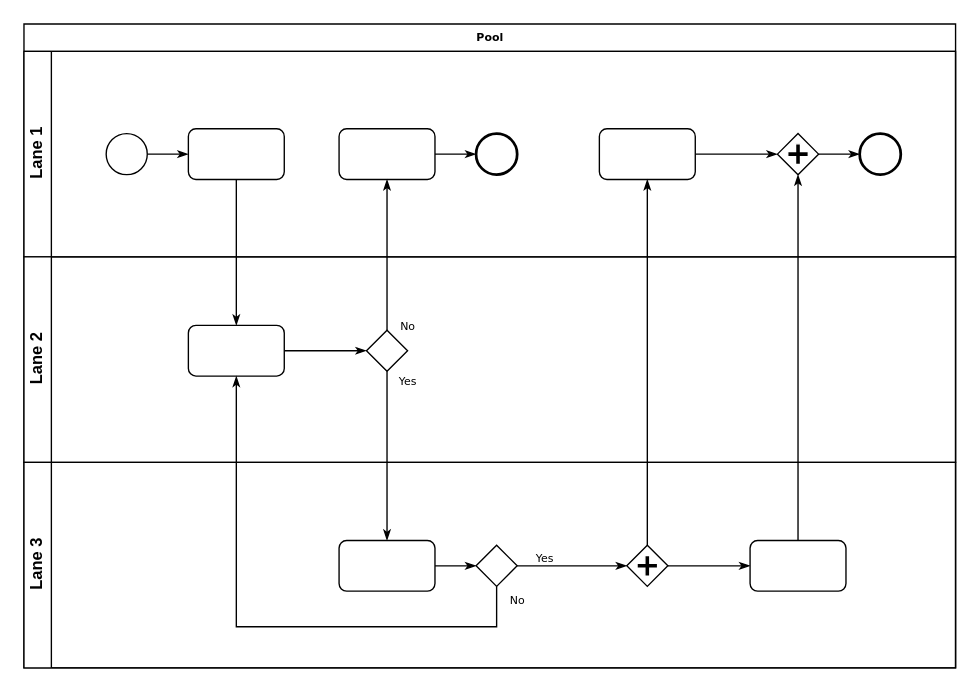
Before: Untitled Diagram.drawio in ehsaninuc/markdown, a draw.io diagram. Source tidied: cells renumbered, new cells numbered last; positions are measured from the earlier drawing's top-left corner, leaving out a move shared by most shapes. Both pictures are drawn from the tidied source at 137%, with x=0, y=0 at pixel (23, 23).
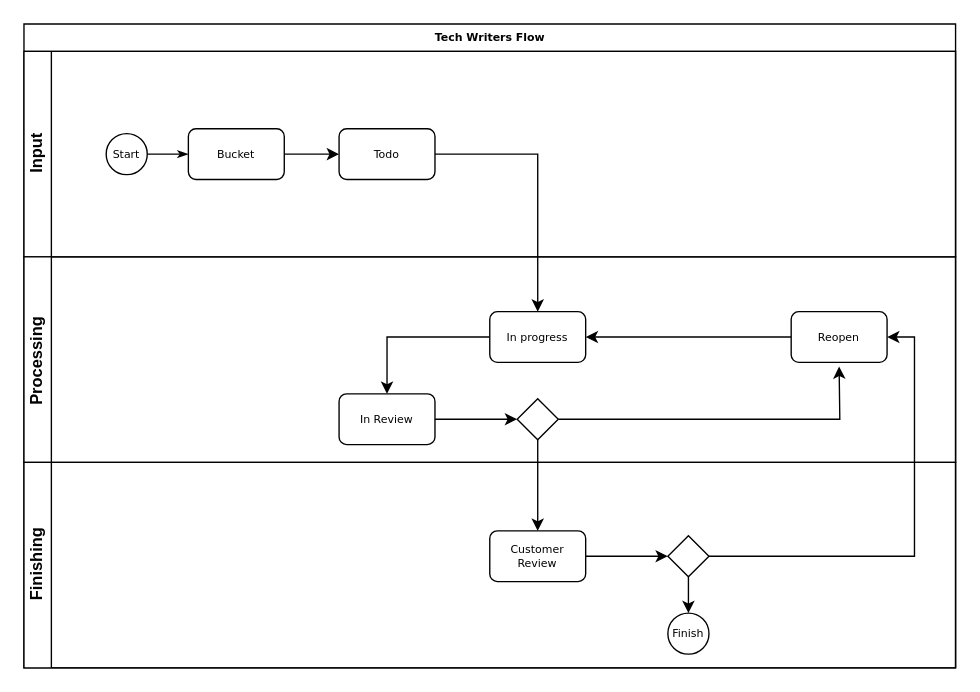
The same page after the edit.

Change to the diagram source:
```diff
@@
-    <mxCell id="2" value="Pool" style="swimlane;html=1;horizontal=1;startSize=20;rounded=0;shadow=0;labelBackgroundColor=none;strokeWidth=1;fontFamily=Verdana;fontSize=8;align=center;" parent="1" vertex="1">
+    <mxCell id="2" value="Tech Writers Flow" style="swimlane;html=1;horizontal=1;startSize=20;rounded=0;shadow=0;labelBackgroundColor=none;strokeWidth=1;fontFamily=Verdana;fontSize=8;align=center;" parent="1" vertex="1">
       <mxGeometry width="680" height="470" as="geometry" />
     </mxCell>
-    <mxCell id="3" value="Lane 1" style="swimlane;html=1;startSize=20;horizontal=0;" parent="2" vertex="1">
+    <mxCell id="3" value="Input" style="swimlane;html=1;startSize=20;horizontal=0;" parent="2" vertex="1">
       <mxGeometry y="20" width="680" height="150" as="geometry" />
     </mxCell>
@@
-    <mxCell id="5" style="ellipse;whiteSpace=wrap;html=1;rounded=0;shadow=0;labelBackgroundColor=none;strokeWidth=1;fontFamily=Verdana;fontSize=8;align=center;" parent="3" vertex="1">
+    <mxCell id="5" value="Start" style="ellipse;whiteSpace=wrap;html=1;rounded=0;shadow=0;labelBackgroundColor=none;strokeWidth=1;fontFamily=Verdana;fontSize=8;align=center;" parent="3" vertex="1">
       <mxGeometry x="60" y="60" width="30" height="30" as="geometry" />
     </mxCell>
+    <mxCell id="33" style="edgeStyle=orthogonalEdgeStyle;rounded=0;jettySize=auto;html=1;" parent="3" edge="1" source="6" target="8">
+      <mxGeometry relative="1" as="geometry" />
+    </mxCell>
-    <mxCell id="6" style="rounded=1;whiteSpace=wrap;html=1;shadow=0;labelBackgroundColor=none;strokeWidth=1;fontFamily=Verdana;fontSize=8;align=center;" parent="3" vertex="1">
+    <mxCell id="6" value="Bucket" style="rounded=1;whiteSpace=wrap;html=1;shadow=0;labelBackgroundColor=none;strokeWidth=1;fontFamily=Verdana;fontSize=8;align=center;" parent="3" vertex="1">
       <mxGeometry x="120" y="56.5" width="70" height="37" as="geometry" />
     </mxCell>
-    <mxCell id="7" style="edgeStyle=orthogonalEdgeStyle;rounded=0;html=1;labelBackgroundColor=none;startArrow=none;startFill=0;startSize=5;endArrow=classicThin;endFill=1;endSize=5;jettySize=auto;strokeWidth=1;fontFamily=Verdana;fontSize=8;" parent="3" edge="1" source="8" target="9">
-      <mxGeometry relative="1" as="geometry" />
-    </mxCell>
-    <mxCell id="8" style="rounded=1;whiteSpace=wrap;html=1;shadow=0;labelBackgroundColor=none;strokeWidth=1;fontFamily=Verdana;fontSize=8;align=center;" parent="3" vertex="1">
+    <mxCell id="8" value="Todo" style="rounded=1;whiteSpace=wrap;html=1;shadow=0;labelBackgroundColor=none;strokeWidth=1;fontFamily=Verdana;fontSize=8;align=center;" parent="3" vertex="1">
       <mxGeometry x="230" y="56.5" width="70" height="37" as="geometry" />
     </mxCell>
-    <mxCell id="9" style="ellipse;whiteSpace=wrap;html=1;rounded=0;shadow=0;labelBackgroundColor=none;strokeWidth=2;fontFamily=Verdana;fontSize=8;align=center;" parent="3" vertex="1">
-      <mxGeometry x="330" y="60" width="30" height="30" as="geometry" />
-    </mxCell>
-    <mxCell id="10" style="edgeStyle=orthogonalEdgeStyle;rounded=0;html=1;entryX=0;entryY=0.5;labelBackgroundColor=none;startArrow=none;startFill=0;startSize=5;endArrow=classicThin;endFill=1;endSize=5;jettySize=auto;strokeWidth=1;fontFamily=Verdana;fontSize=8;" parent="3" edge="1" source="11" target="13">
-      <mxGeometry relative="1" as="geometry" />
-    </mxCell>
-    <mxCell id="11" style="rounded=1;whiteSpace=wrap;html=1;shadow=0;labelBackgroundColor=none;strokeWidth=1;fontFamily=Verdana;fontSize=8;align=center;" parent="3" vertex="1">
-      <mxGeometry x="420" y="56.5" width="70" height="37" as="geometry" />
-    </mxCell>
-    <mxCell id="12" style="edgeStyle=orthogonalEdgeStyle;rounded=0;html=1;labelBackgroundColor=none;startArrow=none;startFill=0;startSize=5;endArrow=classicThin;endFill=1;endSize=5;jettySize=auto;strokeWidth=1;fontFamily=Verdana;fontSize=8;" parent="3" edge="1" source="13" target="14">
-      <mxGeometry relative="1" as="geometry" />
-    </mxCell>
-    <mxCell id="13" style="shape=mxgraph.bpmn.shape;html=1;verticalLabelPosition=bottom;labelBackgroundColor=#ffffff;verticalAlign=top;perimeter=rhombusPerimeter;background=gateway;outline=none;symbol=parallelGw;rounded=1;shadow=0;strokeWidth=1;fontFamily=Verdana;fontSize=8;align=center;" parent="3" vertex="1">
-      <mxGeometry x="550" y="60" width="30" height="30" as="geometry" />
-    </mxCell>
-    <mxCell id="14" style="ellipse;whiteSpace=wrap;html=1;rounded=0;shadow=0;labelBackgroundColor=none;strokeWidth=2;fontFamily=Verdana;fontSize=8;align=center;" parent="3" vertex="1">
-      <mxGeometry x="610" y="60" width="30" height="30" as="geometry" />
-    </mxCell>
-    <mxCell id="15" value="Lane 2" style="swimlane;html=1;startSize=20;horizontal=0;" parent="2" vertex="1">
+    <mxCell id="15" value="Processing&amp;nbsp;" style="swimlane;html=1;startSize=20;horizontal=0;" parent="2" vertex="1">
       <mxGeometry y="170" width="680" height="150" as="geometry" />
     </mxCell>
-    <mxCell id="16" style="edgeStyle=orthogonalEdgeStyle;rounded=0;html=1;labelBackgroundColor=none;startArrow=none;startFill=0;startSize=5;endArrow=classicThin;endFill=1;endSize=5;jettySize=auto;strokeWidth=1;fontFamily=Verdana;fontSize=8;" parent="15" edge="1" source="17" target="18">
-      <mxGeometry relative="1" as="geometry" />
-    </mxCell>
+    <mxCell id="34" style="edgeStyle=orthogonalEdgeStyle;rounded=0;jettySize=auto;html=1;exitX=0;exitY=0.5;exitDx=0;exitDy=0;" parent="15" edge="1" source="17" target="36">
+      <mxGeometry relative="1" as="geometry">
+        <Array as="points">
+          <mxPoint x="265" y="59" />
+        </Array>
+      </mxGeometry>
+    </mxCell>
-    <mxCell id="17" style="rounded=1;whiteSpace=wrap;html=1;shadow=0;labelBackgroundColor=none;strokeWidth=1;fontFamily=Verdana;fontSize=8;align=center;" parent="15" vertex="1">
-      <mxGeometry x="120" y="50" width="70" height="37" as="geometry" />
+    <mxCell id="17" value="In progress" style="rounded=1;whiteSpace=wrap;html=1;shadow=0;labelBackgroundColor=none;strokeWidth=1;fontFamily=Verdana;fontSize=8;align=center;" parent="15" vertex="1">
+      <mxGeometry x="340" y="40" width="70" height="37" as="geometry" />
     </mxCell>
-    <mxCell id="18" style="strokeWidth=1;html=1;shape=mxgraph.flowchart.decision;whiteSpace=wrap;rounded=1;shadow=0;labelBackgroundColor=none;fontFamily=Verdana;fontSize=8;align=center;" parent="15" vertex="1">
-      <mxGeometry x="250" y="53.5" width="30" height="30" as="geometry" />
-    </mxCell>
+    <mxCell id="35" style="edgeStyle=orthogonalEdgeStyle;rounded=0;jettySize=auto;html=1;strokeWidth=1;" parent="15" edge="1" source="36" target="38">
+      <mxGeometry relative="1" as="geometry" />
+    </mxCell>
+    <mxCell id="36" value="In Review" style="rounded=1;whiteSpace=wrap;html=1;shadow=0;labelBackgroundColor=none;strokeWidth=1;fontFamily=Verdana;fontSize=8;align=center;" parent="15" vertex="1">
+      <mxGeometry x="230" y="100" width="70" height="37" as="geometry" />
+    </mxCell>
+    <mxCell id="37" style="edgeStyle=orthogonalEdgeStyle;rounded=0;jettySize=auto;html=1;exitX=1;exitY=0.5;exitDx=0;exitDy=0;exitPerimeter=0;strokeWidth=1;" parent="15" edge="1" source="38">
+      <mxGeometry relative="1" as="geometry">
+        <mxPoint x="595" y="80" as="targetPoint" />
+      </mxGeometry>
+    </mxCell>
+    <mxCell id="38" style="strokeWidth=1;html=1;shape=mxgraph.flowchart.decision;whiteSpace=wrap;rounded=1;shadow=0;labelBackgroundColor=none;fontFamily=Verdana;fontSize=8;align=center;" parent="15" vertex="1">
+      <mxGeometry x="360" y="103.5" width="30" height="30" as="geometry" />
+    </mxCell>
+    <mxCell id="39" style="edgeStyle=orthogonalEdgeStyle;rounded=0;jettySize=auto;html=1;entryX=1;entryY=0.5;entryDx=0;entryDy=0;exitX=0;exitY=0.5;exitDx=0;exitDy=0;" parent="15" edge="1" source="40" target="17">
+      <mxGeometry relative="1" as="geometry">
+        <Array as="points">
+          <mxPoint x="595" y="59" />
+          <mxPoint x="375" y="59" />
+        </Array>
+      </mxGeometry>
+    </mxCell>
+    <mxCell id="40" value="Reopen" style="rounded=1;whiteSpace=wrap;html=1;shadow=0;labelBackgroundColor=none;strokeWidth=1;fontFamily=Verdana;fontSize=8;align=center;" parent="15" vertex="1">
+      <mxGeometry x="560" y="40" width="70" height="37" as="geometry" />
+    </mxCell>
-    <mxCell id="19" value="Lane 3" style="swimlane;html=1;startSize=20;horizontal=0;" parent="2" vertex="1">
+    <mxCell id="19" value="Finishing" style="swimlane;html=1;startSize=20;horizontal=0;" parent="2" vertex="1">
       <mxGeometry y="320" width="680" height="150" as="geometry" />
     </mxCell>
-    <mxCell id="20" style="edgeStyle=orthogonalEdgeStyle;rounded=0;html=1;labelBackgroundColor=none;startArrow=none;startFill=0;startSize=5;endArrow=classicThin;endFill=1;endSize=5;jettySize=auto;strokeWidth=1;fontFamily=Verdana;fontSize=8;" parent="19" edge="1" source="21" target="23">
-      <mxGeometry relative="1" as="geometry" />
-    </mxCell>
+    <mxCell id="41" style="edgeStyle=orthogonalEdgeStyle;rounded=0;jettySize=auto;html=1;strokeWidth=1;" parent="19" edge="1" source="21" target="43">
+      <mxGeometry relative="1" as="geometry" />
+    </mxCell>
-    <mxCell id="21" style="rounded=1;whiteSpace=wrap;html=1;shadow=0;labelBackgroundColor=none;strokeWidth=1;fontFamily=Verdana;fontSize=8;align=center;" parent="19" vertex="1">
-      <mxGeometry x="230" y="57" width="70" height="37" as="geometry" />
+    <mxCell id="21" value="Customer Review" style="rounded=1;whiteSpace=wrap;html=1;shadow=0;labelBackgroundColor=none;strokeWidth=1;fontFamily=Verdana;fontSize=8;align=center;" parent="19" vertex="1">
+      <mxGeometry x="340" y="50" width="70" height="37" as="geometry" />
     </mxCell>
-    <mxCell id="22" value="Yes" style="edgeStyle=orthogonalEdgeStyle;rounded=0;html=1;entryX=0;entryY=0.5;labelBackgroundColor=none;startArrow=none;startFill=0;startSize=5;endArrow=classicThin;endFill=1;endSize=5;jettySize=auto;strokeWidth=1;fontFamily=Verdana;fontSize=8;" parent="19" edge="1" source="23" target="25">
-      <mxGeometry x="-0.5" y="6" relative="1" as="geometry" />
-    </mxCell>
-    <mxCell id="23" style="strokeWidth=1;html=1;shape=mxgraph.flowchart.decision;whiteSpace=wrap;rounded=1;shadow=0;labelBackgroundColor=none;fontFamily=Verdana;fontSize=8;align=center;" parent="19" vertex="1">
-      <mxGeometry x="330" y="60.5" width="30" height="30" as="geometry" />
-    </mxCell>
-    <mxCell id="24" style="edgeStyle=orthogonalEdgeStyle;rounded=0;html=1;labelBackgroundColor=none;startArrow=none;startFill=0;startSize=5;endArrow=classicThin;endFill=1;endSize=5;jettySize=auto;strokeColor=#000000;strokeWidth=1;fontFamily=Verdana;fontSize=8;fontColor=#000000;" parent="19" edge="1" source="25" target="26">
-      <mxGeometry relative="1" as="geometry" />
-    </mxCell>
-    <mxCell id="25" style="shape=mxgraph.bpmn.shape;html=1;verticalLabelPosition=bottom;labelBackgroundColor=#ffffff;verticalAlign=top;perimeter=rhombusPerimeter;background=gateway;outline=none;symbol=parallelGw;rounded=1;shadow=0;strokeWidth=1;fontFamily=Verdana;fontSize=8;align=center;" parent="19" vertex="1">
-      <mxGeometry x="440" y="60.5" width="30" height="30" as="geometry" />
-    </mxCell>
-    <mxCell id="26" style="rounded=1;whiteSpace=wrap;html=1;shadow=0;labelBackgroundColor=none;strokeWidth=1;fontFamily=Verdana;fontSize=8;align=center;" parent="19" vertex="1">
-      <mxGeometry x="530" y="57" width="70" height="37" as="geometry" />
-    </mxCell>
-    <mxCell id="27" style="edgeStyle=orthogonalEdgeStyle;rounded=0;html=1;labelBackgroundColor=none;startArrow=none;startFill=0;startSize=5;endArrow=classicThin;endFill=1;endSize=5;jettySize=auto;strokeWidth=1;fontFamily=Verdana;fontSize=8;" parent="2" edge="1" source="6" target="17">
-      <mxGeometry relative="1" as="geometry" />
-    </mxCell>
-    <mxCell id="28" value="No" style="edgeStyle=orthogonalEdgeStyle;rounded=0;html=1;labelBackgroundColor=none;startArrow=none;startFill=0;startSize=5;endArrow=classicThin;endFill=1;endSize=5;jettySize=auto;strokeWidth=1;fontFamily=Verdana;fontSize=8;" parent="2" edge="1" source="18" target="8">
-      <mxGeometry x="-0.94" y="-15" relative="1" as="geometry" />
-    </mxCell>
-    <mxCell id="29" value="Yes" style="edgeStyle=orthogonalEdgeStyle;rounded=0;html=1;labelBackgroundColor=none;startArrow=none;startFill=0;startSize=5;endArrow=classicThin;endFill=1;endSize=5;jettySize=auto;strokeWidth=1;fontFamily=Verdana;fontSize=8;" parent="2" edge="1" source="18" target="21">
-      <mxGeometry x="-0.89" y="15" relative="1" as="geometry" />
-    </mxCell>
-    <mxCell id="30" style="edgeStyle=orthogonalEdgeStyle;rounded=0;html=1;entryX=0.5;entryY=1;labelBackgroundColor=none;startArrow=none;startFill=0;startSize=5;endArrow=classicThin;endFill=1;endSize=5;jettySize=auto;strokeWidth=1;fontFamily=Verdana;fontSize=8;" parent="2" edge="1" source="26" target="13">
-      <mxGeometry relative="1" as="geometry" />
-    </mxCell>
-    <mxCell id="31" value="No" style="edgeStyle=orthogonalEdgeStyle;rounded=0;html=1;labelBackgroundColor=none;startArrow=none;startFill=0;startSize=5;endArrow=classicThin;endFill=1;endSize=5;jettySize=auto;strokeWidth=1;fontFamily=Verdana;fontSize=8;" parent="2" edge="1" source="23" target="17">
-      <mxGeometry x="-0.95" y="15" relative="1" as="geometry">
-        <Array as="points">
-          <mxPoint x="345" y="440" />
-          <mxPoint x="155" y="440" />
-        </Array>
-      </mxGeometry>
-    </mxCell>
-    <mxCell id="32" style="edgeStyle=orthogonalEdgeStyle;rounded=0;html=1;labelBackgroundColor=none;startArrow=none;startFill=0;startSize=5;endArrow=classicThin;endFill=1;endSize=5;jettySize=auto;strokeWidth=1;fontFamily=Verdana;fontSize=8;" parent="2" edge="1" source="25" target="11">
-      <mxGeometry relative="1" as="geometry" />
-    </mxCell>
+    <mxCell id="42" style="edgeStyle=orthogonalEdgeStyle;rounded=0;jettySize=auto;html=1;strokeWidth=1;" parent="19" edge="1" source="43" target="44">
+      <mxGeometry relative="1" as="geometry" />
+    </mxCell>
+    <mxCell id="43" style="strokeWidth=1;html=1;shape=mxgraph.flowchart.decision;whiteSpace=wrap;rounded=1;shadow=0;labelBackgroundColor=none;fontFamily=Verdana;fontSize=8;align=center;" parent="19" vertex="1">
+      <mxGeometry x="470" y="53.5" width="30" height="30" as="geometry" />
+    </mxCell>
+    <mxCell id="44" value="Finish" style="ellipse;whiteSpace=wrap;html=1;rounded=0;shadow=0;labelBackgroundColor=none;strokeWidth=1;fontFamily=Verdana;fontSize=8;align=center;" parent="19" vertex="1">
+      <mxGeometry x="470" y="110" width="30" height="30" as="geometry" />
+    </mxCell>
+    <mxCell id="45" style="edgeStyle=orthogonalEdgeStyle;rounded=0;jettySize=auto;html=1;entryX=0.5;entryY=0;entryDx=0;entryDy=0;exitX=1;exitY=0.5;exitDx=0;exitDy=0;" parent="2" edge="1" source="8" target="17">
+      <mxGeometry relative="1" as="geometry" />
+    </mxCell>
+    <mxCell id="46" style="edgeStyle=orthogonalEdgeStyle;rounded=0;jettySize=auto;html=1;entryX=1;entryY=0.5;entryDx=0;entryDy=0;strokeWidth=1;" parent="2" edge="1" source="43" target="40">
+      <mxGeometry relative="1" as="geometry" />
+    </mxCell>
+    <mxCell id="47" style="edgeStyle=orthogonalEdgeStyle;rounded=0;jettySize=auto;html=1;strokeWidth=1;" parent="2" edge="1" source="38" target="21">
+      <mxGeometry relative="1" as="geometry" />
+    </mxCell>
```
